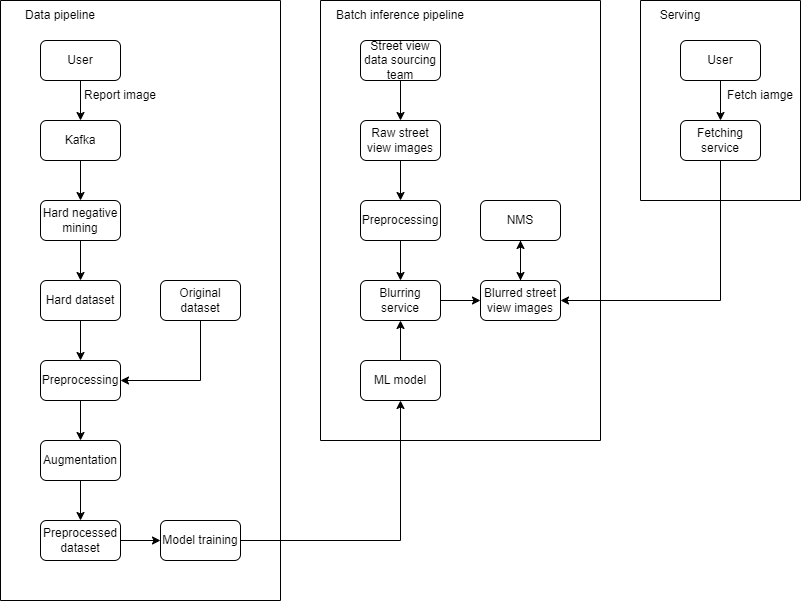
This is machine-learning/machine-learning-system-design/google-street-view-blurring-system1.png from riehseun/riehseun.github.io, a draw.io export, as it was before one commit. Source tidied: cells renumbered, new cells last; positions are measured from the earlier drawing's top-left corner, leaving out a move shared by most shapes. The source it was exported from:
```xml
<mxGraphModel>
  <root>
    <mxCell id="0" />
    <mxCell id="1" parent="0" />
    <mxCell id="2" style="swimlane;startSize=0;" parent="1" vertex="1">
      <mxGeometry width="280" height="600" as="geometry" />
    </mxCell>
    <mxCell id="3" style="edgeStyle=orthogonalEdgeStyle;rounded=0;jettySize=auto;html=1;exitX=0.5;exitY=1;exitDx=0;exitDy=0;entryX=0.5;entryY=0;entryDx=0;entryDy=0;" parent="2" edge="1" source="4" target="6">
      <mxGeometry relative="1" as="geometry" />
    </mxCell>
    <mxCell id="4" value="Kafka" style="rounded=1;whiteSpace=wrap;html=1;" parent="2" vertex="1">
      <mxGeometry x="40" y="120" width="80" height="40" as="geometry" />
    </mxCell>
    <mxCell id="5" style="edgeStyle=orthogonalEdgeStyle;rounded=0;jettySize=auto;html=1;exitX=0.5;exitY=1;exitDx=0;exitDy=0;entryX=0.5;entryY=0;entryDx=0;entryDy=0;" parent="2" edge="1" source="6" target="8">
      <mxGeometry relative="1" as="geometry" />
    </mxCell>
    <mxCell id="6" value="Hard negative mining" style="rounded=1;whiteSpace=wrap;html=1;" parent="2" vertex="1">
      <mxGeometry x="40" y="200" width="80" height="40" as="geometry" />
    </mxCell>
    <mxCell id="7" style="edgeStyle=orthogonalEdgeStyle;rounded=0;jettySize=auto;html=1;exitX=0.5;exitY=1;exitDx=0;exitDy=0;entryX=0.5;entryY=0;entryDx=0;entryDy=0;" parent="2" edge="1" source="8" target="10">
      <mxGeometry relative="1" as="geometry" />
    </mxCell>
    <mxCell id="8" value="Hard dataset" style="rounded=1;whiteSpace=wrap;html=1;" parent="2" vertex="1">
      <mxGeometry x="40" y="280" width="80" height="40" as="geometry" />
    </mxCell>
    <mxCell id="9" style="edgeStyle=orthogonalEdgeStyle;rounded=0;jettySize=auto;html=1;exitX=0.5;exitY=1;exitDx=0;exitDy=0;entryX=0.5;entryY=0;entryDx=0;entryDy=0;" parent="2" edge="1" source="10" target="12">
      <mxGeometry relative="1" as="geometry" />
    </mxCell>
    <mxCell id="10" value="Preprocessing" style="rounded=1;whiteSpace=wrap;html=1;" parent="2" vertex="1">
      <mxGeometry x="40" y="360" width="80" height="40" as="geometry" />
    </mxCell>
    <mxCell id="11" style="edgeStyle=orthogonalEdgeStyle;rounded=0;jettySize=auto;html=1;exitX=0.5;exitY=1;exitDx=0;exitDy=0;entryX=0.5;entryY=0;entryDx=0;entryDy=0;" parent="2" edge="1" source="12" target="14">
      <mxGeometry relative="1" as="geometry" />
    </mxCell>
    <mxCell id="12" value="Augmentation" style="rounded=1;whiteSpace=wrap;html=1;" parent="2" vertex="1">
      <mxGeometry x="40" y="440" width="80" height="40" as="geometry" />
    </mxCell>
    <mxCell id="13" style="edgeStyle=orthogonalEdgeStyle;rounded=0;jettySize=auto;html=1;exitX=1;exitY=0.5;exitDx=0;exitDy=0;entryX=0;entryY=0.5;entryDx=0;entryDy=0;" parent="2" edge="1" source="14" target="17">
      <mxGeometry relative="1" as="geometry" />
    </mxCell>
    <mxCell id="14" value="Preprocessed dataset" style="rounded=1;whiteSpace=wrap;html=1;" parent="2" vertex="1">
      <mxGeometry x="40" y="520" width="80" height="40" as="geometry" />
    </mxCell>
    <mxCell id="15" style="edgeStyle=orthogonalEdgeStyle;rounded=0;jettySize=auto;html=1;exitX=0.5;exitY=1;exitDx=0;exitDy=0;entryX=1;entryY=0.5;entryDx=0;entryDy=0;" parent="2" edge="1" source="16" target="10">
      <mxGeometry relative="1" as="geometry" />
    </mxCell>
    <mxCell id="16" value="Original dataset" style="rounded=1;whiteSpace=wrap;html=1;" parent="2" vertex="1">
      <mxGeometry x="160" y="280" width="80" height="40" as="geometry" />
    </mxCell>
    <mxCell id="17" value="Model training" style="rounded=1;whiteSpace=wrap;html=1;" parent="2" vertex="1">
      <mxGeometry x="160" y="520" width="80" height="40" as="geometry" />
    </mxCell>
    <mxCell id="18" style="edgeStyle=orthogonalEdgeStyle;rounded=0;jettySize=auto;html=1;exitX=0.5;exitY=1;exitDx=0;exitDy=0;entryX=0.5;entryY=0;entryDx=0;entryDy=0;" parent="2" edge="1" source="19" target="4">
      <mxGeometry relative="1" as="geometry" />
    </mxCell>
    <mxCell id="19" value="User" style="rounded=1;whiteSpace=wrap;html=1;" parent="2" vertex="1">
      <mxGeometry x="40" y="40" width="80" height="40" as="geometry" />
    </mxCell>
    <mxCell id="20" value="Data pipeline" style="text;html=1;strokeColor=none;fillColor=none;align=center;verticalAlign=middle;whiteSpace=wrap;rounded=0;" parent="2" vertex="1">
      <mxGeometry width="120" height="30" as="geometry" />
    </mxCell>
    <mxCell id="21" value="Report image" style="text;html=1;strokeColor=none;fillColor=none;align=center;verticalAlign=middle;whiteSpace=wrap;rounded=0;" parent="2" vertex="1">
      <mxGeometry x="80" y="80" width="80" height="30" as="geometry" />
    </mxCell>
    <mxCell id="22" style="swimlane;startSize=0;" parent="1" vertex="1">
      <mxGeometry x="320" width="280" height="440" as="geometry" />
    </mxCell>
    <mxCell id="23" style="edgeStyle=orthogonalEdgeStyle;rounded=0;jettySize=auto;html=1;exitX=0.5;exitY=1;exitDx=0;exitDy=0;entryX=0.5;entryY=0;entryDx=0;entryDy=0;" parent="22" edge="1" source="24" target="30">
      <mxGeometry relative="1" as="geometry" />
    </mxCell>
    <mxCell id="24" value="Raw street view images" style="rounded=1;whiteSpace=wrap;html=1;" parent="22" vertex="1">
      <mxGeometry x="40" y="120" width="80" height="40" as="geometry" />
    </mxCell>
    <mxCell id="25" style="edgeStyle=orthogonalEdgeStyle;rounded=0;jettySize=auto;html=1;exitX=0.5;exitY=1;exitDx=0;exitDy=0;entryX=0.5;entryY=0;entryDx=0;entryDy=0;" parent="22" edge="1" source="26" target="24">
      <mxGeometry relative="1" as="geometry" />
    </mxCell>
    <mxCell id="26" value="Street view data sourcing team" style="rounded=1;whiteSpace=wrap;html=1;" parent="22" vertex="1">
      <mxGeometry x="40" y="40" width="80" height="40" as="geometry" />
    </mxCell>
    <mxCell id="27" style="edgeStyle=orthogonalEdgeStyle;rounded=0;jettySize=auto;html=1;exitX=1;exitY=0.5;exitDx=0;exitDy=0;entryX=0;entryY=0.5;entryDx=0;entryDy=0;" parent="22" edge="1" source="28" target="36">
      <mxGeometry relative="1" as="geometry" />
    </mxCell>
    <mxCell id="28" value="Blurring service" style="rounded=1;whiteSpace=wrap;html=1;" parent="22" vertex="1">
      <mxGeometry x="40" y="280" width="80" height="40" as="geometry" />
    </mxCell>
    <mxCell id="29" style="edgeStyle=orthogonalEdgeStyle;rounded=0;jettySize=auto;html=1;exitX=0.5;exitY=1;exitDx=0;exitDy=0;entryX=0.5;entryY=0;entryDx=0;entryDy=0;" parent="22" edge="1" source="30" target="28">
      <mxGeometry relative="1" as="geometry" />
    </mxCell>
    <mxCell id="30" value="Preprocessing" style="rounded=1;whiteSpace=wrap;html=1;" parent="22" vertex="1">
      <mxGeometry x="40" y="200" width="80" height="40" as="geometry" />
    </mxCell>
    <mxCell id="31" style="edgeStyle=orthogonalEdgeStyle;rounded=0;jettySize=auto;html=1;exitX=0.5;exitY=0;exitDx=0;exitDy=0;entryX=0.5;entryY=1;entryDx=0;entryDy=0;" parent="22" edge="1" source="32" target="28">
      <mxGeometry relative="1" as="geometry" />
    </mxCell>
    <mxCell id="32" value="ML model" style="rounded=1;whiteSpace=wrap;html=1;" parent="22" vertex="1">
      <mxGeometry x="40" y="360" width="80" height="40" as="geometry" />
    </mxCell>
    <mxCell id="33" style="edgeStyle=orthogonalEdgeStyle;rounded=0;jettySize=auto;html=1;exitX=0.5;exitY=1;exitDx=0;exitDy=0;entryX=0.5;entryY=0;entryDx=0;entryDy=0;" parent="22" edge="1" source="34" target="36">
      <mxGeometry relative="1" as="geometry" />
    </mxCell>
    <mxCell id="34" value="NMS" style="rounded=1;whiteSpace=wrap;html=1;" parent="22" vertex="1">
      <mxGeometry x="160" y="200" width="80" height="40" as="geometry" />
    </mxCell>
    <mxCell id="35" style="edgeStyle=orthogonalEdgeStyle;rounded=0;jettySize=auto;html=1;exitX=0.5;exitY=0;exitDx=0;exitDy=0;entryX=0.5;entryY=1;entryDx=0;entryDy=0;" parent="22" edge="1" source="36" target="34">
      <mxGeometry relative="1" as="geometry" />
    </mxCell>
    <mxCell id="36" value="Blurred street view images" style="rounded=1;whiteSpace=wrap;html=1;" parent="22" vertex="1">
      <mxGeometry x="160" y="280" width="80" height="40" as="geometry" />
    </mxCell>
    <mxCell id="37" value="Batch inference pipeline" style="text;html=1;strokeColor=none;fillColor=none;align=center;verticalAlign=middle;whiteSpace=wrap;rounded=0;" parent="22" vertex="1">
      <mxGeometry width="160" height="30" as="geometry" />
    </mxCell>
    <mxCell id="38" style="edgeStyle=orthogonalEdgeStyle;rounded=0;jettySize=auto;html=1;exitX=1;exitY=0.5;exitDx=0;exitDy=0;entryX=0.5;entryY=1;entryDx=0;entryDy=0;" parent="1" edge="1" source="17" target="32">
      <mxGeometry relative="1" as="geometry" />
    </mxCell>
    <mxCell id="39" style="swimlane;startSize=0;" parent="1" vertex="1">
      <mxGeometry x="640" width="160" height="200" as="geometry" />
    </mxCell>
    <mxCell id="40" style="edgeStyle=orthogonalEdgeStyle;rounded=0;jettySize=auto;html=1;exitX=0.5;exitY=1;exitDx=0;exitDy=0;entryX=0.5;entryY=0;entryDx=0;entryDy=0;" parent="39" edge="1" source="41" target="42">
      <mxGeometry relative="1" as="geometry" />
    </mxCell>
    <mxCell id="41" value="User" style="rounded=1;whiteSpace=wrap;html=1;" parent="39" vertex="1">
      <mxGeometry x="40" y="40" width="80" height="40" as="geometry" />
    </mxCell>
    <mxCell id="42" value="Fetching service" style="rounded=1;whiteSpace=wrap;html=1;" parent="39" vertex="1">
      <mxGeometry x="40" y="120" width="80" height="40" as="geometry" />
    </mxCell>
    <mxCell id="43" value="Fetch iamge" style="text;html=1;strokeColor=none;fillColor=none;align=center;verticalAlign=middle;whiteSpace=wrap;rounded=0;" parent="39" vertex="1">
      <mxGeometry x="80" y="80" width="80" height="30" as="geometry" />
    </mxCell>
    <mxCell id="44" value="Serving" style="text;html=1;strokeColor=none;fillColor=none;align=center;verticalAlign=middle;whiteSpace=wrap;rounded=0;" parent="39" vertex="1">
      <mxGeometry width="80" height="30" as="geometry" />
    </mxCell>
    <mxCell id="45" style="edgeStyle=orthogonalEdgeStyle;rounded=0;jettySize=auto;html=1;exitX=0.5;exitY=1;exitDx=0;exitDy=0;entryX=1;entryY=0.5;entryDx=0;entryDy=0;" parent="1" edge="1" source="42" target="36">
      <mxGeometry relative="1" as="geometry" />
    </mxCell>
  </root>
</mxGraphModel>
```
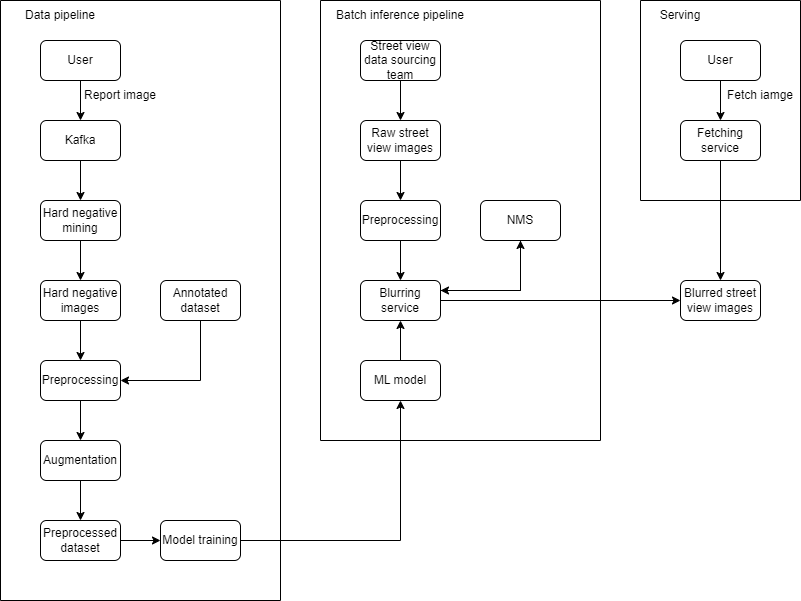
The same file after the commit.

What changed in the source:
```diff
@@ -20,7 +20,7 @@
     <mxCell id="7" style="edgeStyle=orthogonalEdgeStyle;rounded=0;jettySize=auto;html=1;exitX=0.5;exitY=1;exitDx=0;exitDy=0;entryX=0.5;entryY=0;entryDx=0;entryDy=0;" parent="2" edge="1" source="8" target="10">
       <mxGeometry relative="1" as="geometry" />
     </mxCell>
-    <mxCell id="8" value="Hard dataset" style="rounded=1;whiteSpace=wrap;html=1;" parent="2" vertex="1">
+    <mxCell id="8" value="Hard negative images" style="rounded=1;whiteSpace=wrap;html=1;" parent="2" vertex="1">
       <mxGeometry x="40" y="280" width="80" height="40" as="geometry" />
     </mxCell>
     <mxCell id="9" style="edgeStyle=orthogonalEdgeStyle;rounded=0;jettySize=auto;html=1;exitX=0.5;exitY=1;exitDx=0;exitDy=0;entryX=0.5;entryY=0;entryDx=0;entryDy=0;" parent="2" edge="1" source="10" target="12">
@@ -44,7 +44,7 @@
     <mxCell id="15" style="edgeStyle=orthogonalEdgeStyle;rounded=0;jettySize=auto;html=1;exitX=0.5;exitY=1;exitDx=0;exitDy=0;entryX=1;entryY=0.5;entryDx=0;entryDy=0;" parent="2" edge="1" source="16" target="10">
       <mxGeometry relative="1" as="geometry" />
     </mxCell>
-    <mxCell id="16" value="Original dataset" style="rounded=1;whiteSpace=wrap;html=1;" parent="2" vertex="1">
+    <mxCell id="16" value="Annotated dataset" style="rounded=1;whiteSpace=wrap;html=1;" parent="2" vertex="1">
       <mxGeometry x="160" y="280" width="80" height="40" as="geometry" />
     </mxCell>
     <mxCell id="17" value="Model training" style="rounded=1;whiteSpace=wrap;html=1;" parent="2" vertex="1">
@@ -77,9 +77,9 @@
     <mxCell id="26" value="Street view data sourcing team" style="rounded=1;whiteSpace=wrap;html=1;" parent="22" vertex="1">
       <mxGeometry x="40" y="40" width="80" height="40" as="geometry" />
     </mxCell>
-    <mxCell id="27" style="edgeStyle=orthogonalEdgeStyle;rounded=0;jettySize=auto;html=1;exitX=1;exitY=0.5;exitDx=0;exitDy=0;entryX=0;entryY=0.5;entryDx=0;entryDy=0;" parent="22" edge="1" source="28" target="36">
-      <mxGeometry relative="1" as="geometry" />
-    </mxCell>
+    <mxCell id="46" style="edgeStyle=orthogonalEdgeStyle;rounded=0;jettySize=auto;html=1;exitX=1;exitY=0.25;exitDx=0;exitDy=0;entryX=0.5;entryY=1;entryDx=0;entryDy=0;" parent="22" edge="1" source="28" target="34">
+      <mxGeometry relative="1" as="geometry" />
+    </mxCell>
     <mxCell id="28" value="Blurring service" style="rounded=1;whiteSpace=wrap;html=1;" parent="22" vertex="1">
       <mxGeometry x="40" y="280" width="80" height="40" as="geometry" />
     </mxCell>
@@ -95,18 +95,12 @@
     <mxCell id="32" value="ML model" style="rounded=1;whiteSpace=wrap;html=1;" parent="22" vertex="1">
       <mxGeometry x="40" y="360" width="80" height="40" as="geometry" />
     </mxCell>
-    <mxCell id="33" style="edgeStyle=orthogonalEdgeStyle;rounded=0;jettySize=auto;html=1;exitX=0.5;exitY=1;exitDx=0;exitDy=0;entryX=0.5;entryY=0;entryDx=0;entryDy=0;" parent="22" edge="1" source="34" target="36">
-      <mxGeometry relative="1" as="geometry" />
-    </mxCell>
+    <mxCell id="47" style="edgeStyle=orthogonalEdgeStyle;rounded=0;jettySize=auto;html=1;exitX=0.5;exitY=1;exitDx=0;exitDy=0;entryX=1;entryY=0.25;entryDx=0;entryDy=0;" parent="22" edge="1" source="34" target="28">
+      <mxGeometry relative="1" as="geometry" />
+    </mxCell>
     <mxCell id="34" value="NMS" style="rounded=1;whiteSpace=wrap;html=1;" parent="22" vertex="1">
       <mxGeometry x="160" y="200" width="80" height="40" as="geometry" />
     </mxCell>
-    <mxCell id="35" style="edgeStyle=orthogonalEdgeStyle;rounded=0;jettySize=auto;html=1;exitX=0.5;exitY=0;exitDx=0;exitDy=0;entryX=0.5;entryY=1;entryDx=0;entryDy=0;" parent="22" edge="1" source="36" target="34">
-      <mxGeometry relative="1" as="geometry" />
-    </mxCell>
-    <mxCell id="36" value="Blurred street view images" style="rounded=1;whiteSpace=wrap;html=1;" parent="22" vertex="1">
-      <mxGeometry x="160" y="280" width="80" height="40" as="geometry" />
-    </mxCell>
     <mxCell id="37" value="Batch inference pipeline" style="text;html=1;strokeColor=none;fillColor=none;align=center;verticalAlign=middle;whiteSpace=wrap;rounded=0;" parent="22" vertex="1">
       <mxGeometry width="160" height="30" as="geometry" />
     </mxCell>
@@ -131,7 +125,13 @@
     <mxCell id="44" value="Serving" style="text;html=1;strokeColor=none;fillColor=none;align=center;verticalAlign=middle;whiteSpace=wrap;rounded=0;" parent="39" vertex="1">
       <mxGeometry width="80" height="30" as="geometry" />
     </mxCell>
+    <mxCell id="36" value="Blurred street view images" style="rounded=1;whiteSpace=wrap;html=1;" parent="1" vertex="1">
+      <mxGeometry x="680" y="280" width="80" height="40" as="geometry" />
+    </mxCell>
+    <mxCell id="27" style="edgeStyle=orthogonalEdgeStyle;rounded=0;jettySize=auto;html=1;exitX=1;exitY=0.5;exitDx=0;exitDy=0;entryX=0;entryY=0.5;entryDx=0;entryDy=0;" parent="1" edge="1" source="28" target="36">
+      <mxGeometry relative="1" as="geometry" />
+    </mxCell>
-    <mxCell id="45" style="edgeStyle=orthogonalEdgeStyle;rounded=0;jettySize=auto;html=1;exitX=0.5;exitY=1;exitDx=0;exitDy=0;entryX=1;entryY=0.5;entryDx=0;entryDy=0;" parent="1" edge="1" source="42" target="36">
+    <mxCell id="45" style="edgeStyle=orthogonalEdgeStyle;rounded=0;jettySize=auto;html=1;exitX=0.5;exitY=1;exitDx=0;exitDy=0;" parent="1" edge="1" source="42" target="36">
       <mxGeometry relative="1" as="geometry" />
     </mxCell>
   </root>
```
